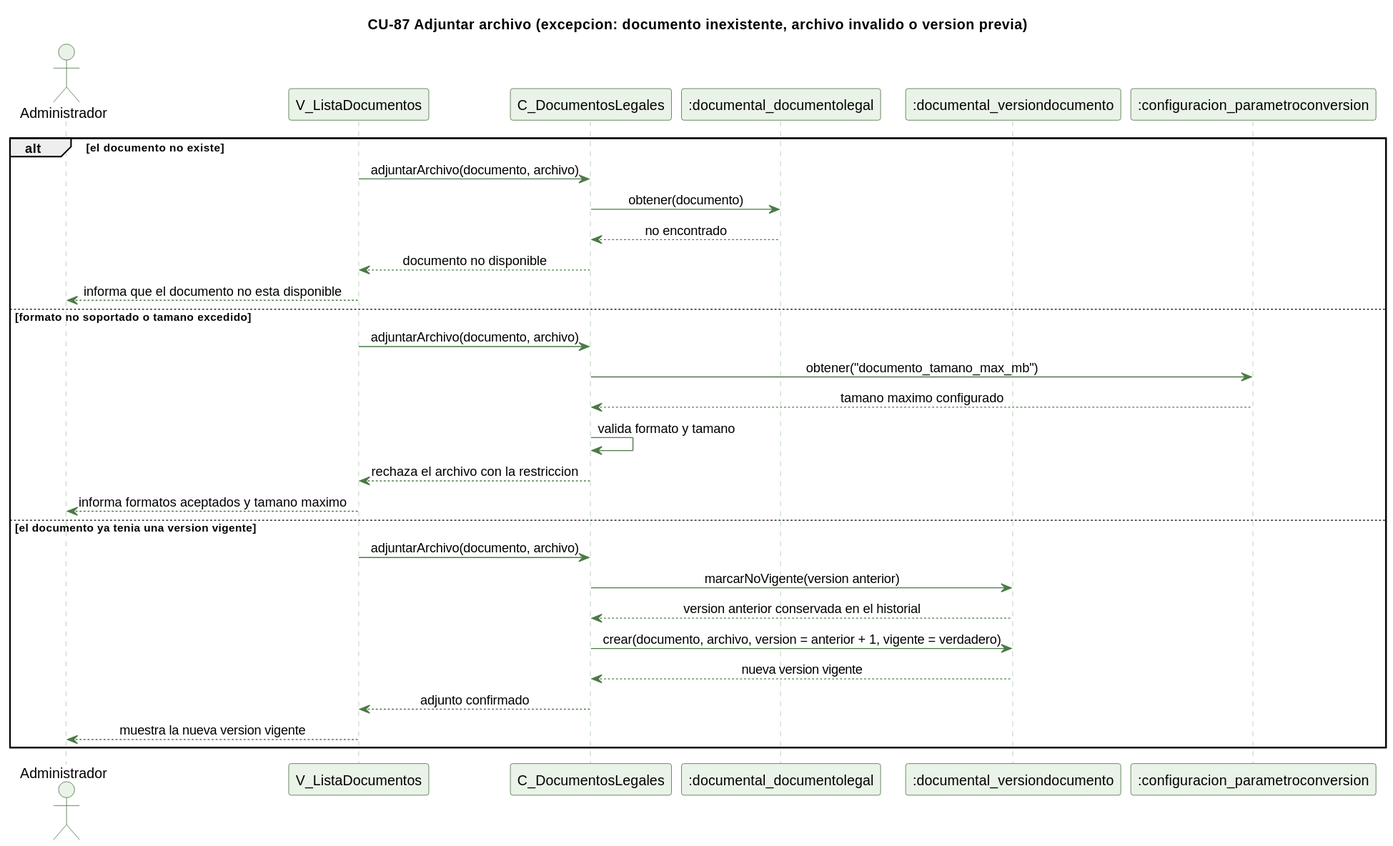
Above: docs/trabajo-grupal/diagramas/secuencias/cu87-adjuntar-archivo-excepcion.svg in kenjikaese/Triverde (PlantUML), before the change. The source it was exported from:
```plantuml
@startuml
skinparam backgroundColor #FFFFFF
skinparam shadowing false
skinparam defaultFontName Helvetica
skinparam sequenceMessageAlign center
skinparam ParticipantBackgroundColor #EAF3E7
skinparam ParticipantBorderColor #2E5E2A
skinparam ActorBackgroundColor #EAF3E7
skinparam ActorBorderColor #2E5E2A
skinparam sequenceLifeLineBorderColor #9CC49A
skinparam ArrowColor #4B7A46

title CU-87 Adjuntar archivo (excepcion: documento inexistente, archivo invalido o version previa)

actor Administrador
participant "V_ListaDocumentos" as V
participant "C_DocumentosLegales" as C
participant ":documental_documentolegal" as DL
participant ":documental_versiondocumento" as VD
participant ":configuracion_parametroconversion" as PC

alt el documento no existe
  V -> C : adjuntarArchivo(documento, archivo)
  C -> DL : obtener(documento)
  DL --> C : no encontrado
  C --> V : documento no disponible
  V --> Administrador : informa que el documento no esta disponible
else formato no soportado o tamano excedido
  V -> C : adjuntarArchivo(documento, archivo)
  C -> PC : obtener("documento_tamano_max_mb")
  PC --> C : tamano maximo configurado
  C -> C : valida formato y tamano
  C --> V : rechaza el archivo con la restriccion
  V --> Administrador : informa formatos aceptados y tamano maximo
else el documento ya tenia una version vigente
  V -> C : adjuntarArchivo(documento, archivo)
  C -> VD : marcarNoVigente(version anterior)
  VD --> C : version anterior conservada en el historial
  C -> VD : crear(documento, archivo, version = anterior + 1, vigente = verdadero)
  VD --> C : nueva version vigente
  C --> V : adjunto confirmado
  V --> Administrador : muestra la nueva version vigente
end
@enduml
```
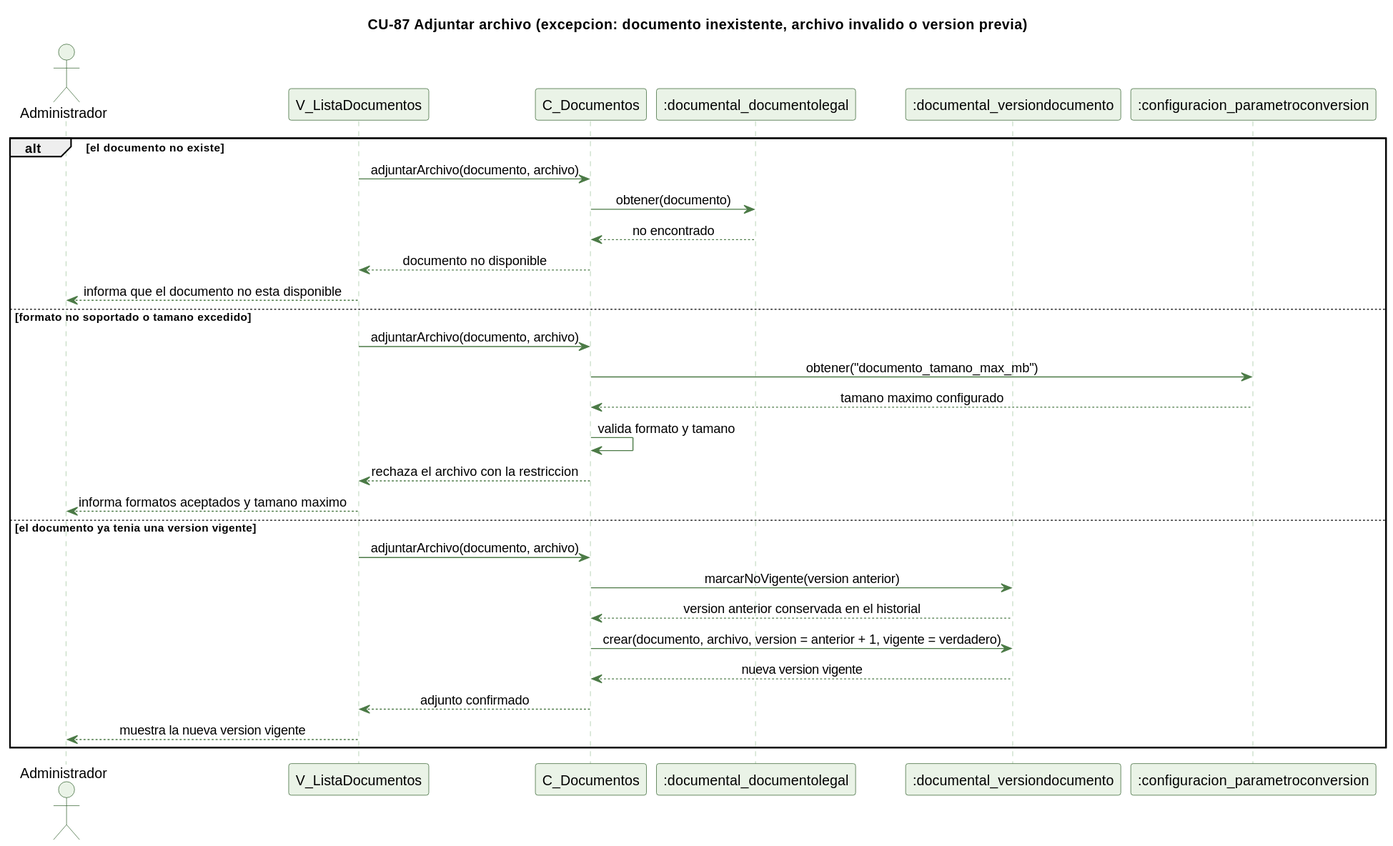
The same diagram one commit later.

What changed in the source:
```diff
@@ -14,7 +14,7 @@
 
 actor Administrador
 participant "V_ListaDocumentos" as V
-participant "C_DocumentosLegales" as C
+participant "C_Documentos" as C
 participant ":documental_documentolegal" as DL
 participant ":documental_versiondocumento" as VD
 participant ":configuracion_parametroconversion" as PC
```
